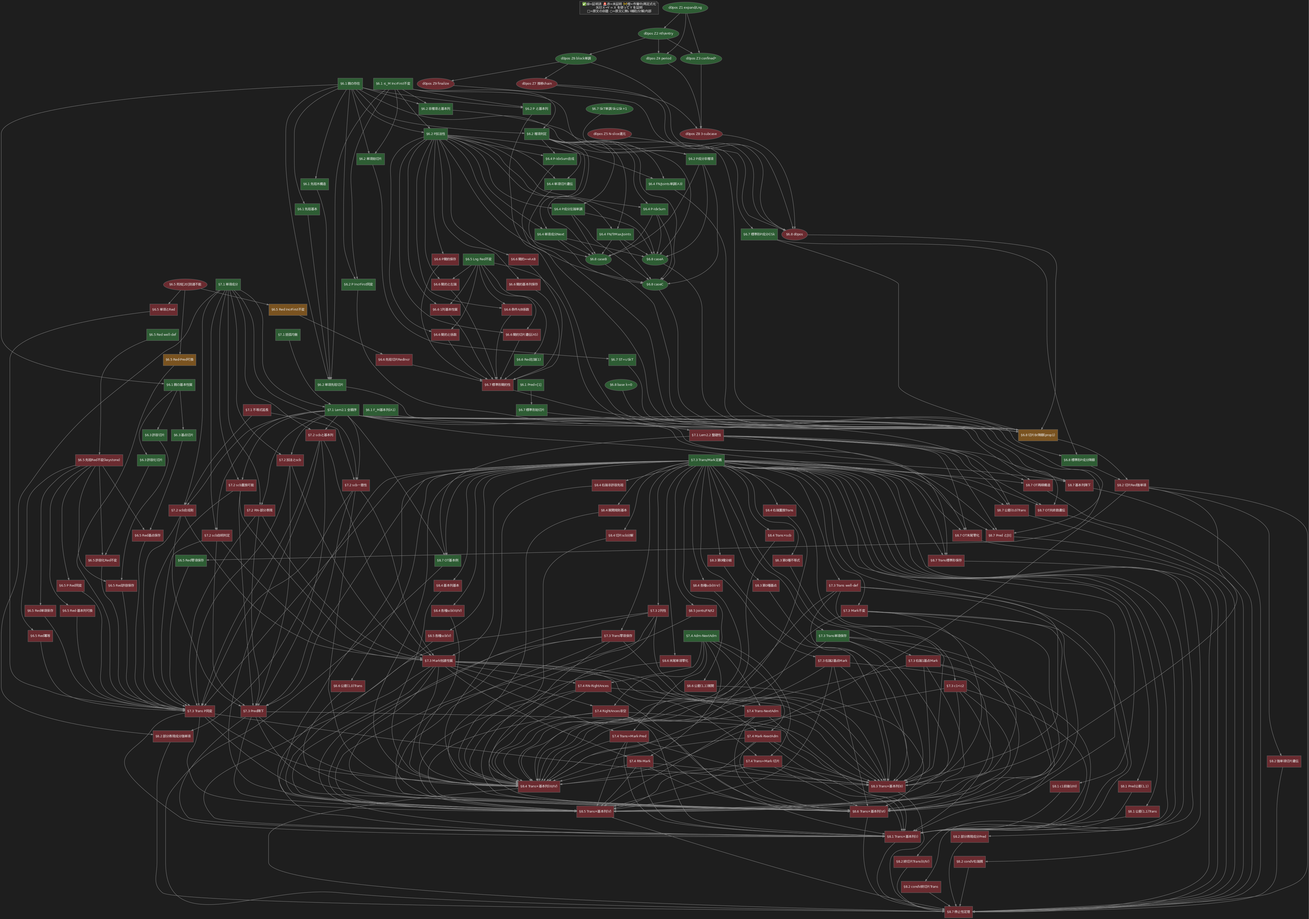
This is dag.png from koteitan/pss-proof, a Graphviz export, as it was before one commit. Its source is kept beside it as dag.dot.
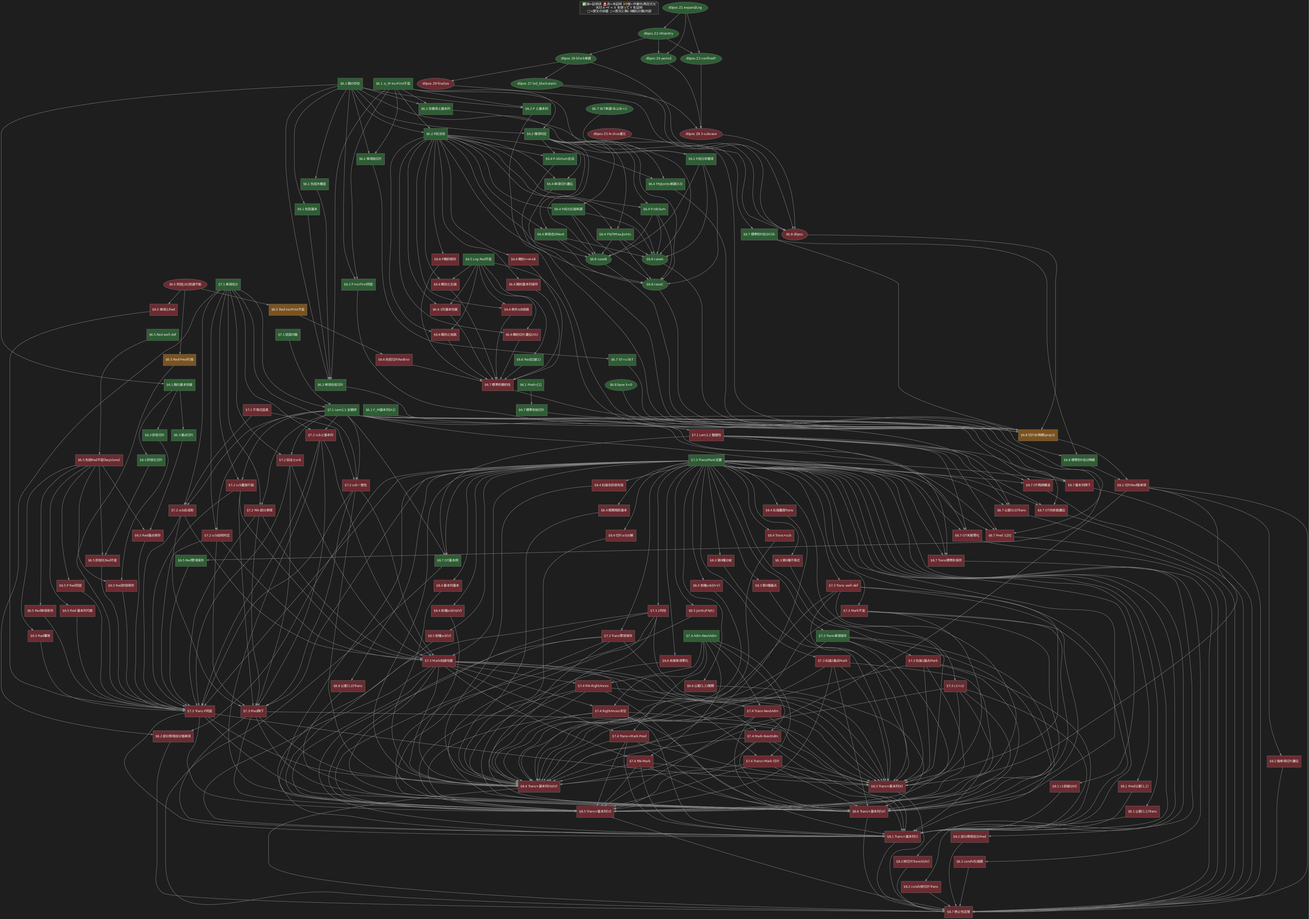
Later version of the same file.

What changed in the source:
```diff
@@ -118,7 +118,7 @@
     Z4 [label="d0pos Z4 period", fillcolor="#2e5d34"];
     Z5 [label="d0pos Z5 N-slice還元", fillcolor="#6b2b30"];
     Z6 [label="d0pos Z6 block単調", fillcolor="#2e5d34"];
-    Z7 [label="d0pos Z7 推移chain", fillcolor="#6b2b30"];
+    Z7 [label="d0pos Z7 le0_blockstarts", fillcolor="#2e5d34"];
     Z8 [label="d0pos Z8 3-subcase", fillcolor="#6b2b30"];
     Z9 [label="d0pos Z9 finalize", fillcolor="#6b2b30"];
 
```
